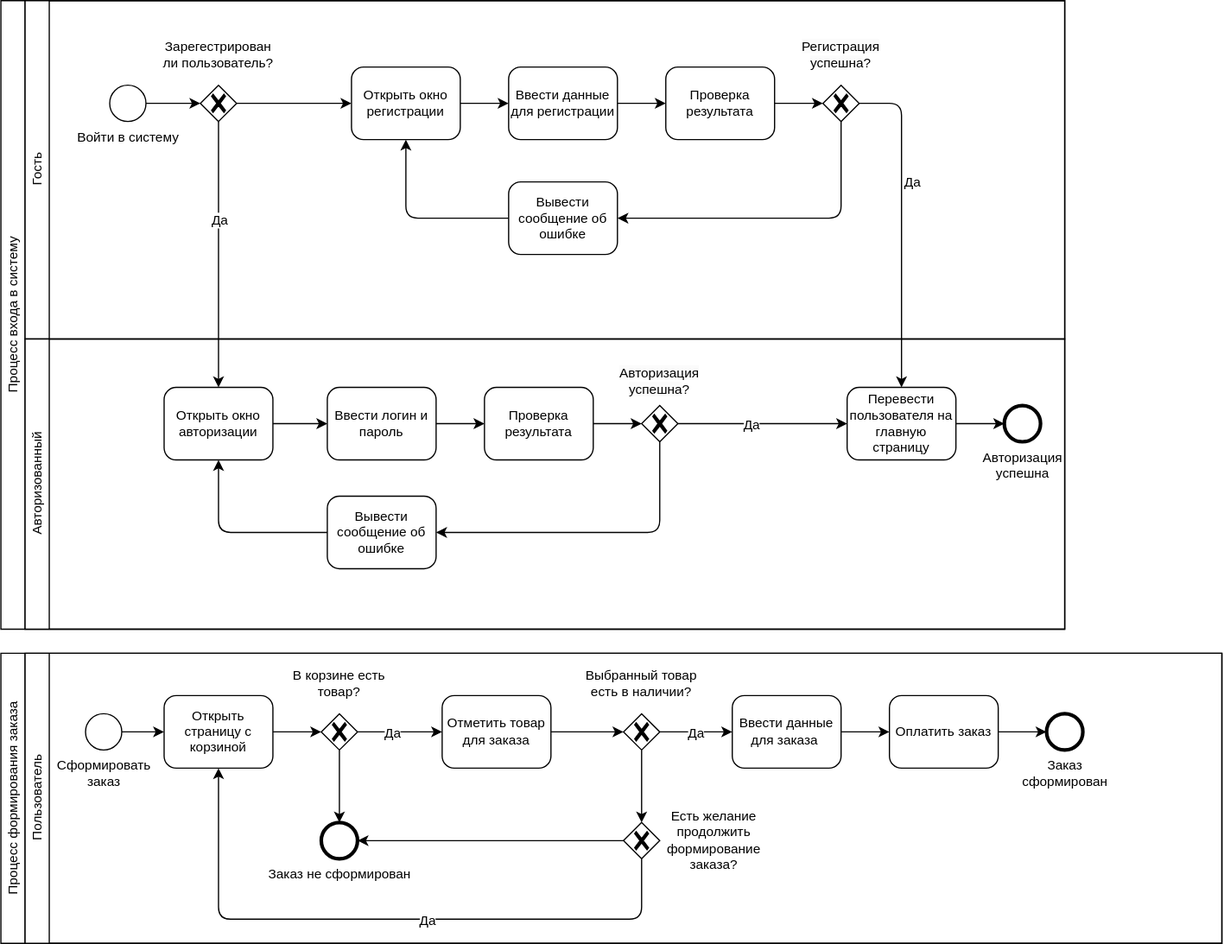
The draw.io diagram schemes/svg/BPMN1.svg in mshsvnv/SoftwareDesign, before a commit. Source tidied: cells renumbered, new cells last; positions are measured from the earlier drawing's top-left corner, leaving out a move shared by most shapes.
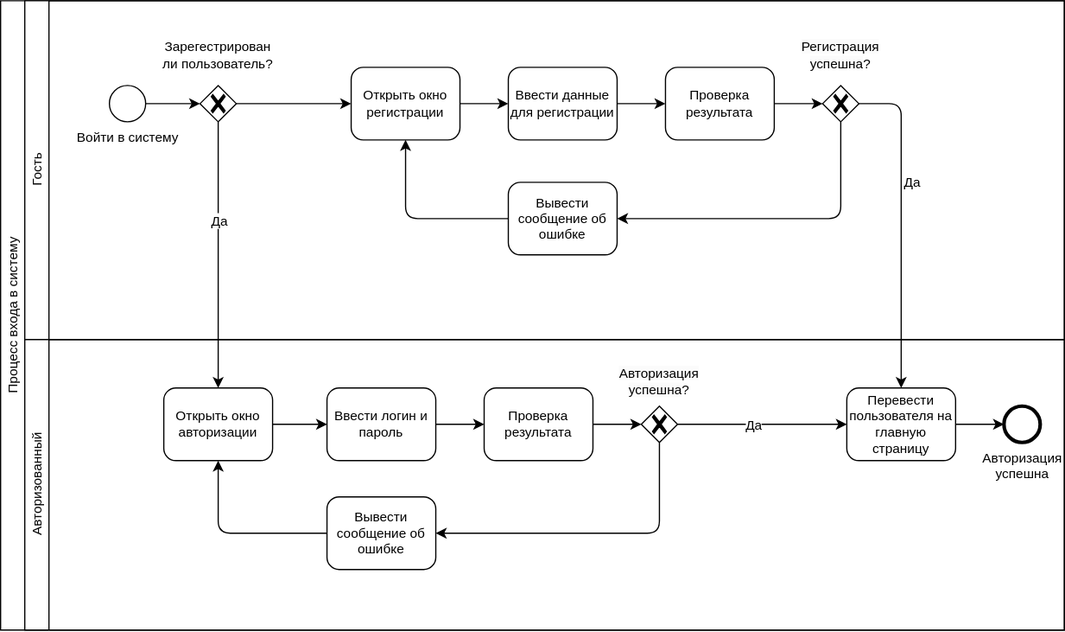
The same diagram one commit later.

What changed in the source:
```diff
@@ -125,105 +125,5 @@
     <mxCell id="40" style="edgeStyle=orthogonalEdgeStyle;shape=connector;rounded=1;jettySize=auto;html=1;exitX=1;exitY=0.5;exitDx=0;exitDy=0;exitPerimeter=0;entryX=0;entryY=0.5;entryDx=0;entryDy=0;entryPerimeter=0;labelBackgroundColor=default;strokeColor=default;align=center;verticalAlign=middle;fontFamily=Helvetica;fontSize=11;fontColor=default;endArrow=classic;" parent="24" edge="1" source="38" target="39">
       <mxGeometry relative="1" as="geometry" />
     </mxCell>
-    <mxCell id="41" value="Процесс формирования заказа" style="swimlane;html=1;horizontal=0;startSize=20;whiteSpace=wrap;fontStyle=0;fontFamily=Helvetica;fontSize=11;" parent="1" vertex="1">
-      <mxGeometry y="540" width="1010" height="240" as="geometry" />
-    </mxCell>
-    <mxCell id="42" value="Пользователь" style="swimlane;html=1;startSize=20;horizontal=0;fontStyle=0;fontFamily=Helvetica;fontSize=11;" parent="41" vertex="1">
-      <mxGeometry x="20" width="990" height="240" as="geometry" />
-    </mxCell>
-    <mxCell id="43" value="Сформировать &lt;br style=&quot;font-size: 11px;&quot;&gt;заказ" style="points=[[0.145,0.145,0],[0.5,0,0],[0.855,0.145,0],[1,0.5,0],[0.855,0.855,0],[0.5,1,0],[0.145,0.855,0],[0,0.5,0]];shape=mxgraph.bpmn.event;html=1;verticalLabelPosition=bottom;labelBackgroundColor=#ffffff;verticalAlign=top;align=center;perimeter=ellipsePerimeter;outlineConnect=0;outline=standard;symbol=general;fontFamily=Helvetica;fontSize=11;" parent="42" vertex="1">
-      <mxGeometry x="50" y="50" width="30" height="30" as="geometry" />
-    </mxCell>
-    <mxCell id="44" value="Открыть страницу с корзиной" style="points=[[0.25,0,0],[0.5,0,0],[0.75,0,0],[1,0.25,0],[1,0.5,0],[1,0.75,0],[0.75,1,0],[0.5,1,0],[0.25,1,0],[0,0.75,0],[0,0.5,0],[0,0.25,0]];shape=mxgraph.bpmn.task;whiteSpace=wrap;rectStyle=rounded;size=10;html=1;taskMarker=abstract;fontFamily=Helvetica;fontSize=11;" parent="42" vertex="1">
-      <mxGeometry x="115" y="35" width="90" height="60" as="geometry" />
-    </mxCell>
-    <mxCell id="45" style="points=[[0.25,0.25,0],[0.5,0,0],[0.75,0.25,0],[1,0.5,0],[0.75,0.75,0],[0.5,1,0],[0.25,0.75,0],[0,0.5,0]];shape=mxgraph.bpmn.gateway2;html=1;verticalLabelPosition=bottom;labelBackgroundColor=#ffffff;verticalAlign=top;align=center;perimeter=rhombusPerimeter;outlineConnect=0;outline=none;symbol=none;gwType=exclusive;fontFamily=Helvetica;fontSize=11;" parent="42" vertex="1">
-      <mxGeometry x="245" y="50" width="30" height="30" as="geometry" />
-    </mxCell>
-    <mxCell id="46" style="edgeStyle=orthogonalEdgeStyle;shape=connector;rounded=1;jettySize=auto;html=1;exitX=1;exitY=0.5;exitDx=0;exitDy=0;exitPerimeter=0;entryX=0;entryY=0.5;entryDx=0;entryDy=0;entryPerimeter=0;labelBackgroundColor=default;strokeColor=default;align=center;verticalAlign=middle;fontFamily=Helvetica;fontSize=11;fontColor=default;endArrow=classic;" parent="42" edge="1" source="43" target="44">
-      <mxGeometry relative="1" as="geometry" />
-    </mxCell>
-    <mxCell id="47" style="edgeStyle=orthogonalEdgeStyle;shape=connector;rounded=1;jettySize=auto;html=1;exitX=1;exitY=0.5;exitDx=0;exitDy=0;exitPerimeter=0;entryX=0;entryY=0.5;entryDx=0;entryDy=0;entryPerimeter=0;labelBackgroundColor=default;strokeColor=default;align=center;verticalAlign=middle;fontFamily=Helvetica;fontSize=11;fontColor=default;endArrow=classic;" parent="42" edge="1" source="44" target="45">
-      <mxGeometry relative="1" as="geometry" />
-    </mxCell>
-    <mxCell id="48" value="В корзине есть товар?" style="text;html=1;strokeColor=none;fillColor=none;align=center;verticalAlign=middle;whiteSpace=wrap;rounded=0;fontFamily=Helvetica;fontSize=11;" parent="42" vertex="1">
-      <mxGeometry x="205" y="10" width="110" height="30" as="geometry" />
-    </mxCell>
-    <mxCell id="49" value="Заказ не сформирован" style="points=[[0.145,0.145,0],[0.5,0,0],[0.855,0.145,0],[1,0.5,0],[0.855,0.855,0],[0.5,1,0],[0.145,0.855,0],[0,0.5,0]];shape=mxgraph.bpmn.event;html=1;verticalLabelPosition=bottom;labelBackgroundColor=#ffffff;verticalAlign=top;align=center;perimeter=ellipsePerimeter;outlineConnect=0;outline=end;symbol=terminate2;fontFamily=Helvetica;fontSize=11;fontColor=default;" parent="42" vertex="1">
-      <mxGeometry x="245" y="140" width="30" height="30" as="geometry" />
-    </mxCell>
-    <mxCell id="50" style="edgeStyle=orthogonalEdgeStyle;shape=connector;rounded=1;jettySize=auto;html=1;exitX=0.5;exitY=1;exitDx=0;exitDy=0;exitPerimeter=0;labelBackgroundColor=default;strokeColor=default;align=center;verticalAlign=middle;fontFamily=Helvetica;fontSize=11;fontColor=default;endArrow=classic;" parent="42" edge="1" source="45" target="49">
-      <mxGeometry relative="1" as="geometry" />
-    </mxCell>
-    <mxCell id="51" value="Отметить товар для заказа" style="points=[[0.25,0,0],[0.5,0,0],[0.75,0,0],[1,0.25,0],[1,0.5,0],[1,0.75,0],[0.75,1,0],[0.5,1,0],[0.25,1,0],[0,0.75,0],[0,0.5,0],[0,0.25,0]];shape=mxgraph.bpmn.task;whiteSpace=wrap;rectStyle=rounded;size=10;html=1;taskMarker=abstract;fontFamily=Helvetica;fontSize=11;" parent="42" vertex="1">
-      <mxGeometry x="345" y="35" width="90" height="60" as="geometry" />
-    </mxCell>
-    <mxCell id="52" style="edgeStyle=orthogonalEdgeStyle;shape=connector;rounded=1;jettySize=auto;html=1;exitX=1;exitY=0.5;exitDx=0;exitDy=0;exitPerimeter=0;labelBackgroundColor=default;strokeColor=default;align=center;verticalAlign=middle;fontFamily=Helvetica;fontSize=11;fontColor=default;endArrow=classic;" parent="42" edge="1" source="45" target="51">
-      <mxGeometry relative="1" as="geometry" />
-    </mxCell>
-    <mxCell id="53" value="Да" style="edgeLabel;html=1;align=center;verticalAlign=middle;fontSize=11;fontFamily=Helvetica;fontColor=default;" parent="52" vertex="1">
-      <mxGeometry x="-0.37" relative="1" as="geometry">
-        <mxPoint x="6" as="offset" />
-      </mxGeometry>
-    </mxCell>
-    <mxCell id="54" style="points=[[0.25,0.25,0],[0.5,0,0],[0.75,0.25,0],[1,0.5,0],[0.75,0.75,0],[0.5,1,0],[0.25,0.75,0],[0,0.5,0]];shape=mxgraph.bpmn.gateway2;html=1;verticalLabelPosition=bottom;labelBackgroundColor=#ffffff;verticalAlign=top;align=center;perimeter=rhombusPerimeter;outlineConnect=0;outline=none;symbol=none;gwType=exclusive;fontFamily=Helvetica;fontSize=11;" parent="42" vertex="1">
-      <mxGeometry x="495" y="50" width="30" height="30" as="geometry" />
-    </mxCell>
-    <mxCell id="55" value="Выбранный товар есть в наличии?" style="text;html=1;strokeColor=none;fillColor=none;align=center;verticalAlign=middle;whiteSpace=wrap;rounded=0;fontFamily=Helvetica;fontSize=11;" parent="42" vertex="1">
-      <mxGeometry x="455" y="10" width="110" height="30" as="geometry" />
-    </mxCell>
-    <mxCell id="56" value="Ввести данные для заказа&amp;nbsp;" style="points=[[0.25,0,0],[0.5,0,0],[0.75,0,0],[1,0.25,0],[1,0.5,0],[1,0.75,0],[0.75,1,0],[0.5,1,0],[0.25,1,0],[0,0.75,0],[0,0.5,0],[0,0.25,0]];shape=mxgraph.bpmn.task;whiteSpace=wrap;rectStyle=rounded;size=10;html=1;taskMarker=abstract;fontFamily=Helvetica;fontSize=11;" parent="42" vertex="1">
-      <mxGeometry x="585" y="35" width="90" height="60" as="geometry" />
-    </mxCell>
-    <mxCell id="57" value="Заказ&lt;br style=&quot;font-size: 11px;&quot;&gt;сформирован" style="points=[[0.145,0.145,0],[0.5,0,0],[0.855,0.145,0],[1,0.5,0],[0.855,0.855,0],[0.5,1,0],[0.145,0.855,0],[0,0.5,0]];shape=mxgraph.bpmn.event;html=1;verticalLabelPosition=bottom;labelBackgroundColor=#ffffff;verticalAlign=top;align=center;perimeter=ellipsePerimeter;outlineConnect=0;outline=end;symbol=terminate2;fontFamily=Helvetica;fontSize=11;fontColor=default;" parent="42" vertex="1">
-      <mxGeometry x="845" y="50" width="30" height="30" as="geometry" />
-    </mxCell>
-    <mxCell id="58" style="edgeStyle=orthogonalEdgeStyle;shape=connector;rounded=1;jettySize=auto;html=1;exitX=0;exitY=0.5;exitDx=0;exitDy=0;exitPerimeter=0;labelBackgroundColor=default;strokeColor=default;align=center;verticalAlign=middle;fontFamily=Helvetica;fontSize=11;fontColor=default;endArrow=classic;" parent="42" edge="1" source="59" target="49">
-      <mxGeometry relative="1" as="geometry" />
-    </mxCell>
-    <mxCell id="59" style="points=[[0.25,0.25,0],[0.5,0,0],[0.75,0.25,0],[1,0.5,0],[0.75,0.75,0],[0.5,1,0],[0.25,0.75,0],[0,0.5,0]];shape=mxgraph.bpmn.gateway2;html=1;verticalLabelPosition=bottom;labelBackgroundColor=#ffffff;verticalAlign=top;align=center;perimeter=rhombusPerimeter;outlineConnect=0;outline=none;symbol=none;gwType=exclusive;fontFamily=Helvetica;fontSize=11;" parent="42" vertex="1">
-      <mxGeometry x="495" y="140" width="30" height="30" as="geometry" />
-    </mxCell>
-    <mxCell id="60" style="edgeStyle=orthogonalEdgeStyle;shape=connector;rounded=1;jettySize=auto;html=1;exitX=0.5;exitY=1;exitDx=0;exitDy=0;exitPerimeter=0;entryX=0.5;entryY=0;entryDx=0;entryDy=0;entryPerimeter=0;labelBackgroundColor=default;strokeColor=default;align=center;verticalAlign=middle;fontFamily=Helvetica;fontSize=11;fontColor=default;endArrow=classic;" parent="42" edge="1" source="54" target="59">
-      <mxGeometry relative="1" as="geometry" />
-    </mxCell>
-    <mxCell id="61" value="Есть желание продолжить формирование заказа?" style="text;html=1;strokeColor=none;fillColor=none;align=center;verticalAlign=middle;whiteSpace=wrap;rounded=0;fontFamily=Helvetica;fontSize=11;" parent="42" vertex="1">
-      <mxGeometry x="515" y="140" width="110" height="30" as="geometry" />
-    </mxCell>
-    <mxCell id="62" style="edgeStyle=orthogonalEdgeStyle;shape=connector;rounded=1;jettySize=auto;html=1;exitX=0.5;exitY=1;exitDx=0;exitDy=0;exitPerimeter=0;entryX=0.5;entryY=1;entryDx=0;entryDy=0;entryPerimeter=0;labelBackgroundColor=default;strokeColor=default;align=center;verticalAlign=middle;fontFamily=Helvetica;fontSize=11;fontColor=default;endArrow=classic;" parent="42" edge="1" source="59" target="44">
-      <mxGeometry relative="1" as="geometry">
-        <Array as="points">
-          <mxPoint x="510" y="220" />
-          <mxPoint x="160" y="220" />
-        </Array>
-      </mxGeometry>
-    </mxCell>
-    <mxCell id="63" value="Да" style="edgeLabel;html=1;align=center;verticalAlign=middle;fontSize=11;fontFamily=Helvetica;fontColor=default;" parent="62" vertex="1">
-      <mxGeometry x="-0.31" y="2" relative="1" as="geometry">
-        <mxPoint x="-45" y="-2" as="offset" />
-      </mxGeometry>
-    </mxCell>
-    <mxCell id="64" style="edgeStyle=orthogonalEdgeStyle;shape=connector;rounded=1;jettySize=auto;html=1;exitX=1;exitY=0.5;exitDx=0;exitDy=0;exitPerimeter=0;entryX=0;entryY=0.5;entryDx=0;entryDy=0;entryPerimeter=0;labelBackgroundColor=default;strokeColor=default;align=center;verticalAlign=middle;fontFamily=Helvetica;fontSize=11;fontColor=default;endArrow=classic;" parent="42" edge="1" source="54">
-      <mxGeometry relative="1" as="geometry">
-        <mxPoint x="585" y="65" as="targetPoint" />
-      </mxGeometry>
-    </mxCell>
-    <mxCell id="65" value="Да" style="edgeLabel;html=1;align=center;verticalAlign=middle;fontSize=11;fontFamily=Helvetica;fontColor=default;" parent="64" vertex="1">
-      <mxGeometry x="-0.37" y="-1" relative="1" as="geometry">
-        <mxPoint x="11" y="-1" as="offset" />
-      </mxGeometry>
-    </mxCell>
-    <mxCell id="66" style="edgeStyle=orthogonalEdgeStyle;shape=connector;rounded=1;jettySize=auto;html=1;exitX=1;exitY=0.5;exitDx=0;exitDy=0;exitPerimeter=0;labelBackgroundColor=default;strokeColor=default;align=center;verticalAlign=middle;fontFamily=Helvetica;fontSize=11;fontColor=default;endArrow=classic;" parent="42" edge="1" source="67" target="57">
-      <mxGeometry relative="1" as="geometry" />
-    </mxCell>
-    <mxCell id="67" value="Оплатить заказ" style="points=[[0.25,0,0],[0.5,0,0],[0.75,0,0],[1,0.25,0],[1,0.5,0],[1,0.75,0],[0.75,1,0],[0.5,1,0],[0.25,1,0],[0,0.75,0],[0,0.5,0],[0,0.25,0]];shape=mxgraph.bpmn.task;whiteSpace=wrap;rectStyle=rounded;size=10;html=1;taskMarker=abstract;fontFamily=Helvetica;fontSize=11;" parent="42" vertex="1">
-      <mxGeometry x="715" y="35" width="90" height="60" as="geometry" />
-    </mxCell>
-    <mxCell id="68" style="edgeStyle=orthogonalEdgeStyle;shape=connector;rounded=1;jettySize=auto;html=1;exitX=1;exitY=0.5;exitDx=0;exitDy=0;exitPerimeter=0;entryX=0;entryY=0.5;entryDx=0;entryDy=0;entryPerimeter=0;labelBackgroundColor=default;strokeColor=default;align=center;verticalAlign=middle;fontFamily=Helvetica;fontSize=11;fontColor=default;endArrow=classic;" parent="42" edge="1" source="56" target="67">
-      <mxGeometry relative="1" as="geometry" />
-    </mxCell>
-    <mxCell id="69" style="edgeStyle=orthogonalEdgeStyle;shape=connector;rounded=1;jettySize=auto;html=1;exitX=1;exitY=0.5;exitDx=0;exitDy=0;exitPerimeter=0;labelBackgroundColor=default;strokeColor=default;align=center;verticalAlign=middle;fontFamily=Helvetica;fontSize=11;fontColor=default;endArrow=classic;" parent="42" edge="1" source="51" target="54">
-      <mxGeometry relative="1" as="geometry" />
-    </mxCell>
   </root>
 </mxGraphModel>
```
